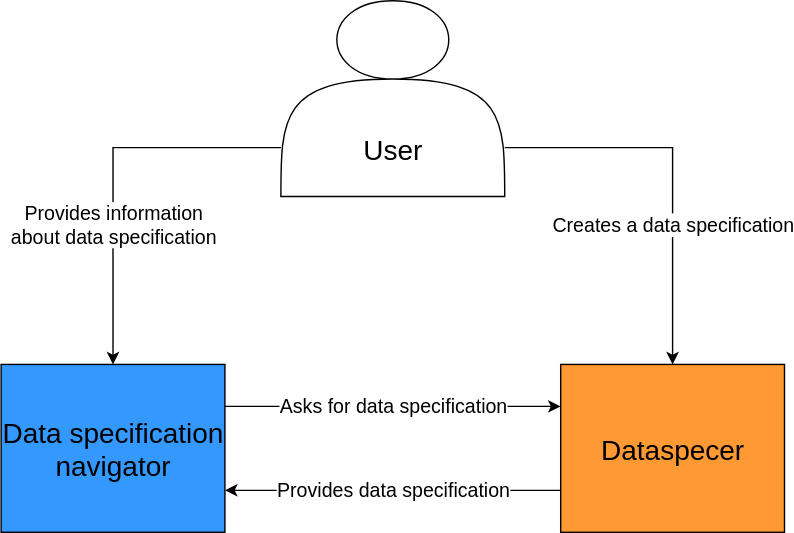
Before: presentation/C4 diagrams/C4_system_context.drawio.svg, a diagram exported from draw.io (Kwantigon/research-project). Source tidied: cells renumbered, new cells last; positions are measured from the earlier drawing's top-left corner, leaving out a move shared by most shapes.
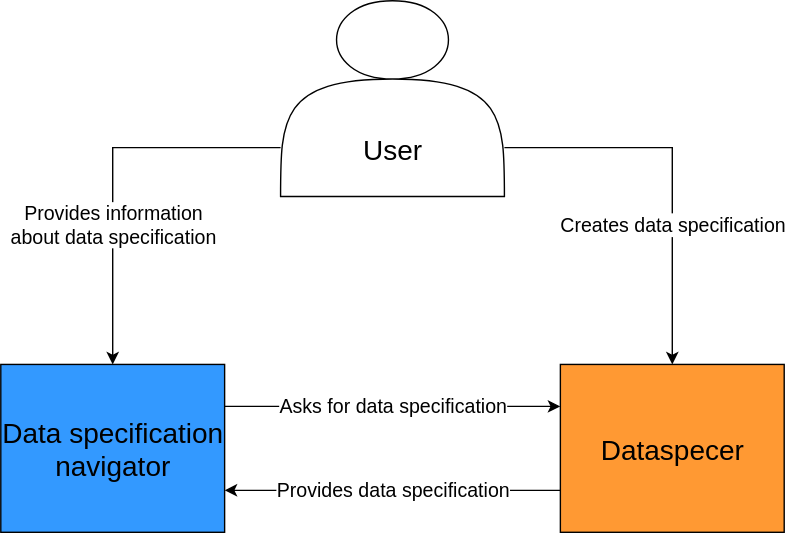
Later version of the same file.

Diff of the diagram source:
```diff
@@ -2,7 +2,7 @@
   <root>
     <mxCell id="0" />
     <mxCell id="1" parent="0" />
-    <mxCell id="2" value="&lt;font style=&quot;font-size: 14px;&quot;&gt;Creates a data specification&lt;/font&gt;" style="edgeStyle=orthogonalEdgeStyle;rounded=0;jettySize=auto;html=1;entryX=0.5;entryY=0;entryDx=0;entryDy=0;exitX=1;exitY=0.75;exitDx=0;exitDy=0;" parent="1" edge="1" source="4" target="8">
+    <mxCell id="2" value="&lt;font style=&quot;font-size: 14px;&quot;&gt;Creates data specification&lt;/font&gt;" style="edgeStyle=orthogonalEdgeStyle;rounded=0;jettySize=auto;html=1;entryX=0.5;entryY=0;entryDx=0;entryDy=0;exitX=1;exitY=0.75;exitDx=0;exitDy=0;" parent="1" edge="1" source="4" target="8">
       <mxGeometry x="0.27" relative="1" as="geometry" />
     </mxCell>
     <mxCell id="3" value="&lt;font style=&quot;font-size: 14px;&quot;&gt;Provides information&lt;/font&gt;&lt;div&gt;&lt;font style=&quot;font-size: 14px;&quot;&gt;about data specification&lt;/font&gt;&lt;/div&gt;" style="edgeStyle=orthogonalEdgeStyle;rounded=0;jettySize=auto;html=1;entryX=0.5;entryY=0;entryDx=0;entryDy=0;exitX=0;exitY=0.75;exitDx=0;exitDy=0;" parent="1" edge="1" source="4" target="6">
```
